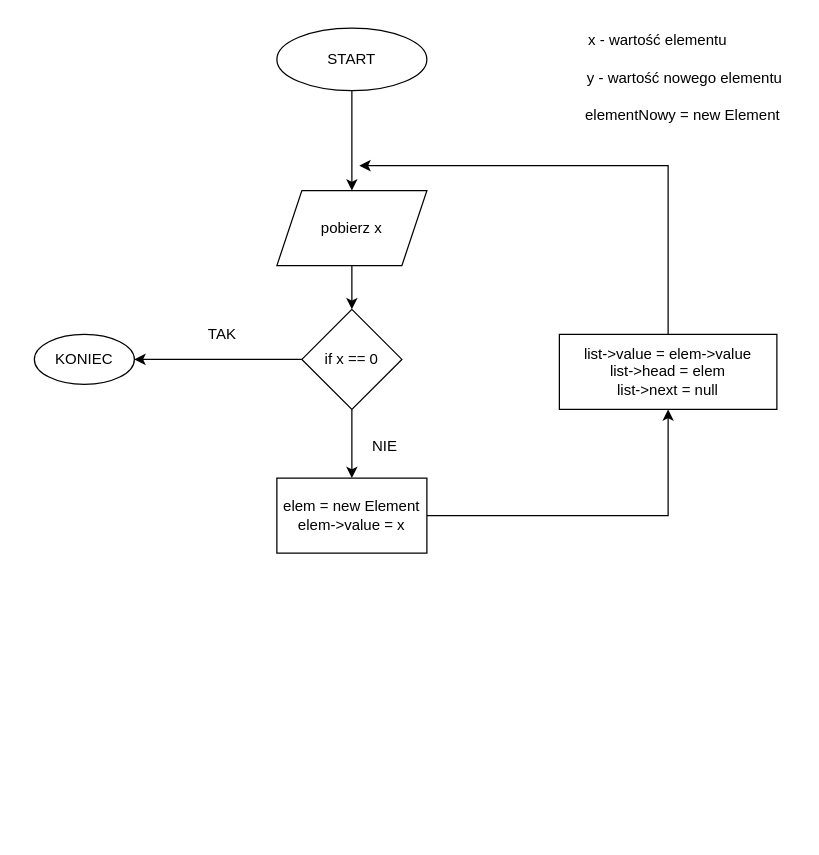
Pawel-Lechki/algorytmy-cwiczenia keeps this draw.io diagram as page "Zadanie 3" (4 of 6) of Diagram bez tytułu.drawio. Above is the earlier version. Source tidied: cells renumbered, new cells numbered last; positions are measured from the earlier drawing's top-left corner, leaving out a move shared by most shapes. Both pictures are drawn from the tidied source at 125%, with x=0, y=0 at pixel (34, 21).
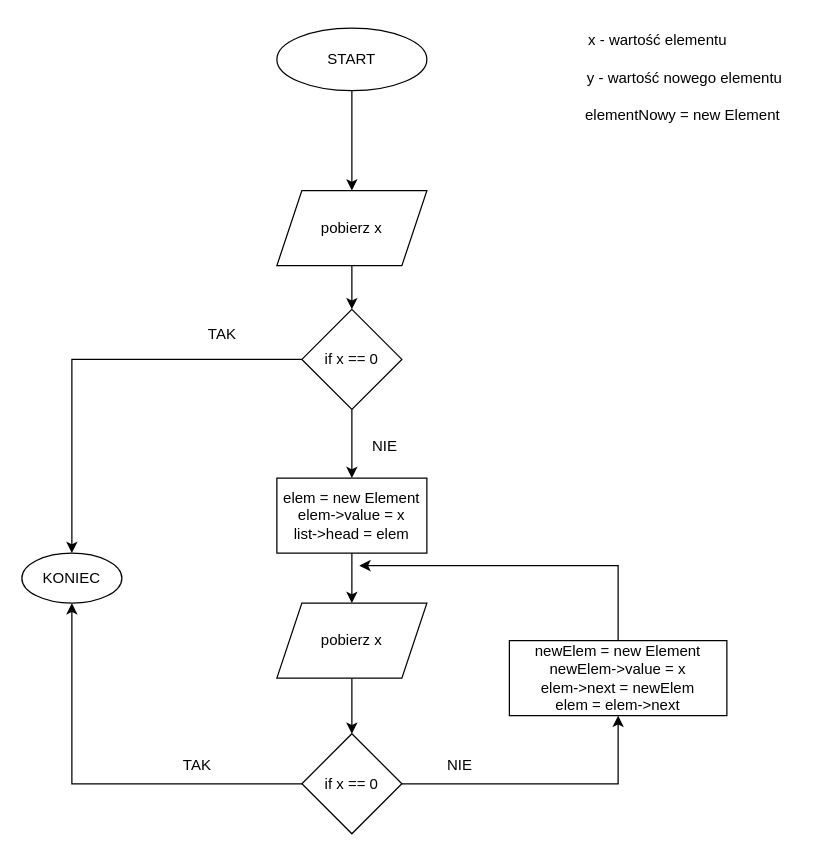
The same page after the edit.

Change to the diagram source:
```diff
@@
     <mxCell id="11" value="KONIEC" style="ellipse;whiteSpace=wrap;html=1;" parent="1" vertex="1">
-      <mxGeometry y="250" width="80" height="40" as="geometry" />
+      <mxGeometry x="-10" y="425" width="80" height="40" as="geometry" />
     </mxCell>
@@
-    <mxCell id="13" style="edgeStyle=orthogonalEdgeStyle;rounded=0;jettySize=auto;html=1;" parent="1" edge="1" source="14">
-      <mxGeometry relative="1" as="geometry">
-        <mxPoint x="260" y="115" as="targetPoint" />
-        <Array as="points">
-          <mxPoint x="507" y="115" />
-        </Array>
-      </mxGeometry>
-    </mxCell>
+    <mxCell id="19" style="edgeStyle=orthogonalEdgeStyle;rounded=0;jettySize=auto;html=1;" parent="1" edge="1" source="14">
+      <mxGeometry relative="1" as="geometry">
+        <mxPoint x="260" y="435" as="targetPoint" />
+        <Array as="points">
+          <mxPoint x="467" y="435" />
+        </Array>
+      </mxGeometry>
+    </mxCell>
-    <mxCell id="14" value="list-&amp;gt;value = elem-&amp;gt;value&lt;br&gt;list-&amp;gt;head = elem&lt;br&gt;list-&amp;gt;next = null" style="whiteSpace=wrap;html=1;" parent="1" vertex="1">
-      <mxGeometry x="420" y="250" width="174" height="60" as="geometry" />
+    <mxCell id="14" value="newElem = new Element&lt;br style=&quot;border-color: var(--border-color);&quot;&gt;newElem-&amp;gt;value = x&lt;br style=&quot;border-color: var(--border-color);&quot;&gt;elem-&amp;gt;next = newElem&lt;br&gt;elem = elem-&amp;gt;next" style="whiteSpace=wrap;html=1;" parent="1" vertex="1">
+      <mxGeometry x="380" y="495" width="174" height="60" as="geometry" />
     </mxCell>
@@
-    <mxCell id="17" style="edgeStyle=orthogonalEdgeStyle;rounded=0;jettySize=auto;html=1;entryX=0.5;entryY=1;entryDx=0;entryDy=0;" parent="1" edge="1" source="18" target="14">
-      <mxGeometry relative="1" as="geometry">
-        <Array as="points">
-          <mxPoint x="507" y="395" />
-        </Array>
-      </mxGeometry>
-    </mxCell>
+    <mxCell id="20" style="edgeStyle=orthogonalEdgeStyle;rounded=0;jettySize=auto;html=1;entryX=0.5;entryY=0;entryDx=0;entryDy=0;" parent="1" edge="1" source="18" target="22">
+      <mxGeometry relative="1" as="geometry" />
+    </mxCell>
-    <mxCell id="18" value="elem = new Element&lt;br&gt;elem-&amp;gt;value = x" style="whiteSpace=wrap;html=1;" parent="1" vertex="1">
+    <mxCell id="18" value="elem = new Element&lt;br&gt;elem-&amp;gt;value = x&lt;br&gt;list-&amp;gt;head = elem" style="whiteSpace=wrap;html=1;" parent="1" vertex="1">
       <mxGeometry x="194" y="365" width="120" height="60" as="geometry" />
     </mxCell>
+    <mxCell id="21" style="edgeStyle=orthogonalEdgeStyle;rounded=0;jettySize=auto;html=1;entryX=0.5;entryY=0;entryDx=0;entryDy=0;" parent="1" edge="1" source="22" target="25">
+      <mxGeometry relative="1" as="geometry" />
+    </mxCell>
+    <mxCell id="22" value="pobierz x" style="shape=parallelogram;perimeter=parallelogramPerimeter;whiteSpace=wrap;html=1;fixedSize=1;" parent="1" vertex="1">
+      <mxGeometry x="194" y="465" width="120" height="60" as="geometry" />
+    </mxCell>
+    <mxCell id="23" style="edgeStyle=orthogonalEdgeStyle;rounded=0;jettySize=auto;html=1;exitX=0;exitY=0.5;exitDx=0;exitDy=0;entryX=0.5;entryY=1;entryDx=0;entryDy=0;" parent="1" edge="1" source="25" target="11">
+      <mxGeometry relative="1" as="geometry" />
+    </mxCell>
+    <mxCell id="24" style="edgeStyle=orthogonalEdgeStyle;rounded=0;jettySize=auto;html=1;entryX=0.5;entryY=1;entryDx=0;entryDy=0;" parent="1" edge="1" source="25" target="14">
+      <mxGeometry relative="1" as="geometry" />
+    </mxCell>
+    <mxCell id="25" value="if x == 0" style="rhombus;whiteSpace=wrap;html=1;" parent="1" vertex="1">
+      <mxGeometry x="214" y="569.5" width="80" height="80" as="geometry" />
+    </mxCell>
+    <mxCell id="26" value="TAK" style="text;html=1;align=center;verticalAlign=middle;strokeColor=none;fillColor=none;" parent="1" vertex="1">
+      <mxGeometry x="105" y="580" width="50" height="30" as="geometry" />
+    </mxCell>
+    <mxCell id="27" value="NIE" style="text;html=1;align=center;verticalAlign=middle;strokeColor=none;fillColor=none;" parent="1" vertex="1">
+      <mxGeometry x="320" y="580" width="40" height="30" as="geometry" />
+    </mxCell>
```
